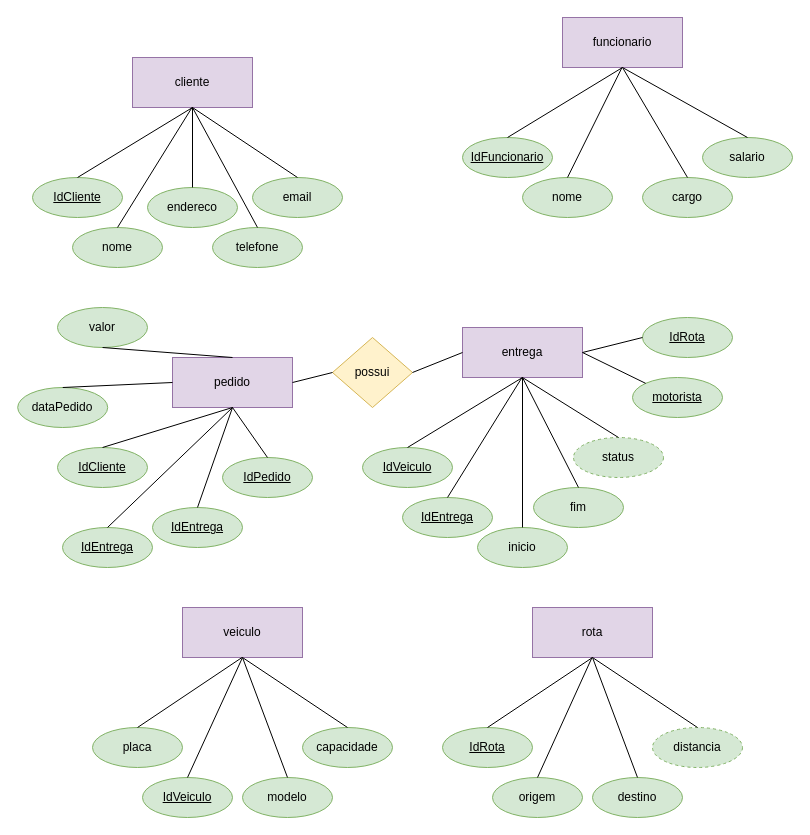
Before: BCD/Diagrama sem nome.drawio in fefemattoso/2DES, a draw.io diagram. Source tidied: cells renumbered, new cells numbered last; positions are measured from the earlier drawing's top-left corner, leaving out a move shared by most shapes. Both pictures are drawn from the tidied source at 100%, with x=0, y=0 at pixel (17, 17).
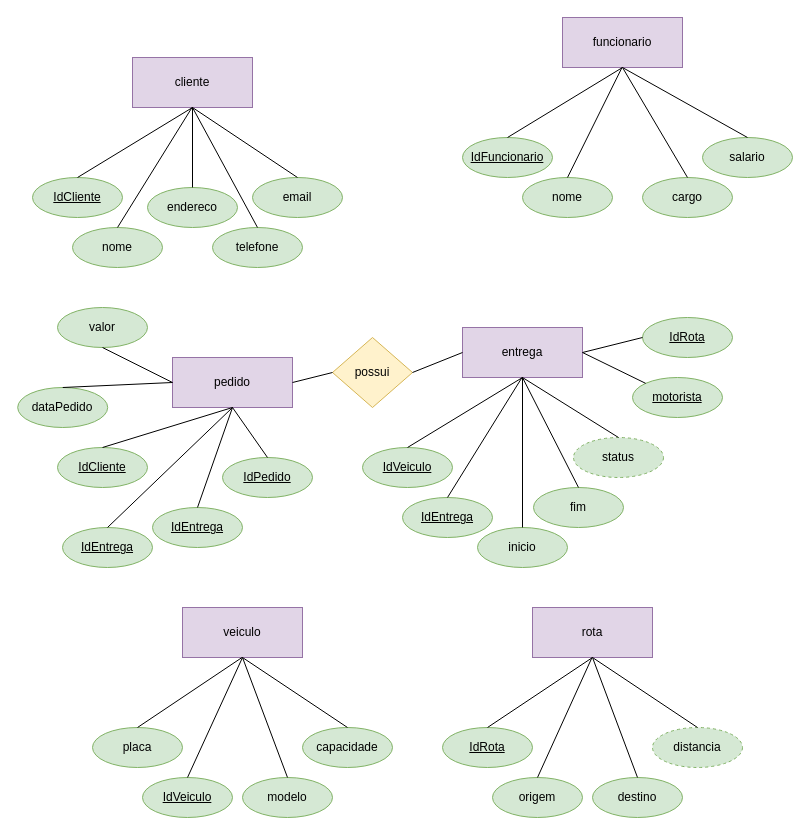
The same page after the edit.

The change refers to these unchanged cells:
```xml
<mxCell id="33" value="pedido" style="rounded=0;whiteSpace=wrap;html=1;fillColor=#e1d5e7;strokeColor=#9673a6;" parent="1" vertex="1">
  <mxGeometry x="155" y="340" width="120" height="50" as="geometry" />
</mxCell>
<mxCell id="66" value="valor" style="ellipse;whiteSpace=wrap;html=1;fillColor=#d5e8d4;strokeColor=#82b366;" parent="1" vertex="1">
  <mxGeometry x="40" y="290" width="90" height="40" as="geometry" />
</mxCell>
```

Change to the diagram source:
```diff
@@
-    <mxCell id="67" style="endArrow=none;html=1;rounded=0;entryX=0.5;entryY=0;entryDx=0;entryDy=0;exitX=0.5;exitY=1;exitDx=0;exitDy=0;" parent="1" edge="1" source="66" target="33">
+    <mxCell id="67" style="endArrow=none;html=1;rounded=0;entryX=0;entryY=0.5;entryDx=0;entryDy=0;exitX=0.5;exitY=1;exitDx=0;exitDy=0;" parent="1" edge="1" source="66" target="33">
       <mxGeometry relative="1" as="geometry" />
     </mxCell>
```
